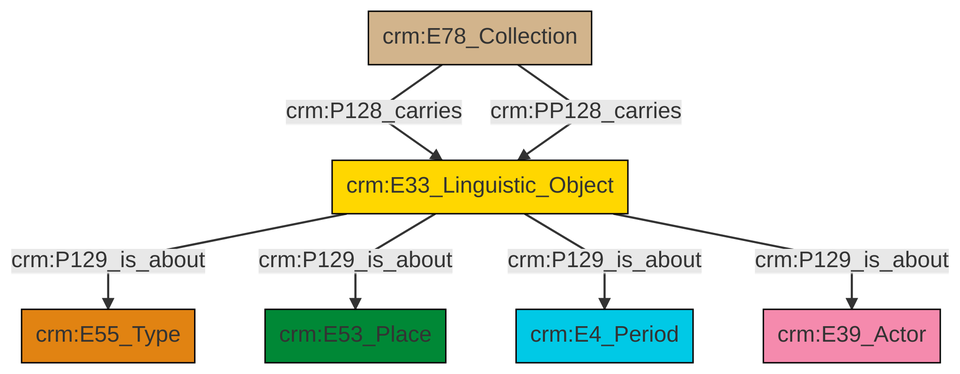
Above: et/archivalCSV/ttl/mmd/png/archival_aboutness.png in swiss-art-research-net/docs.swissartresearch (Mermaid), before the change. Its source is kept beside it as et/archivalCSV/ttl/mmd/archival_aboutness.ttl.mmd.
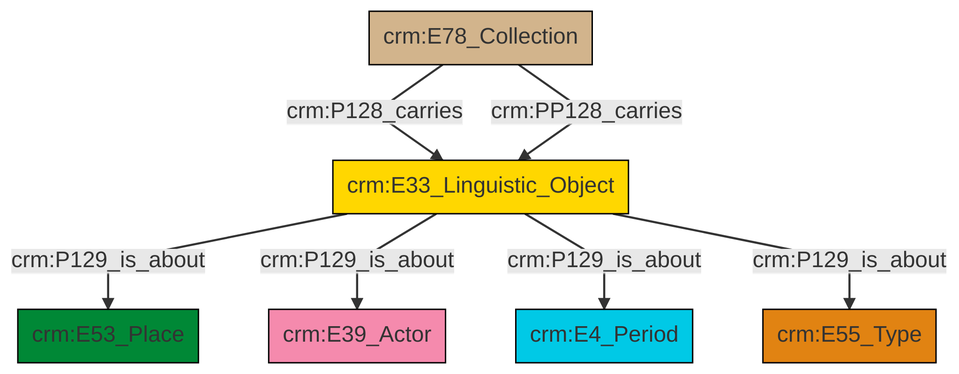
After the commit.

Diff of the diagram source:
```diff
@@ -13,9 +13,9 @@
 classDef PC_Classes fill:#4ce600, stroke:#000000;
 classDef Multi fill:#cccccc,stroke:#000000;
 
-2["crm:E33_Linguistic_Object"]:::Conceptual_Object -->|crm:P129_is_about| 3["crm:E55_Type"]:::Type
-2["crm:E33_Linguistic_Object"]:::Conceptual_Object -->|crm:P129_is_about| 5["crm:E53_Place"]:::Place
-2["crm:E33_Linguistic_Object"]:::Conceptual_Object -->|crm:P129_is_about| 7["crm:E4_Period"]:::Temporal_Entity
-0["crm:E78_Collection"]:::Physical_Thing -->|crm:P128_carries| 2["crm:E33_Linguistic_Object"]:::Conceptual_Object
-2["crm:E33_Linguistic_Object"]:::Conceptual_Object -->|crm:P129_is_about| 8["crm:E39_Actor"]:::Actor
-0["crm:E78_Collection"]:::Physical_Thing -->|crm:PP128_carries| 2["crm:E33_Linguistic_Object"]:::Conceptual_Object
+4["crm:E33_Linguistic_Object"]:::Conceptual_Object -->|crm:P129_is_about| 6["crm:E53_Place"]:::Place
+4["crm:E33_Linguistic_Object"]:::Conceptual_Object -->|crm:P129_is_about| 0["crm:E39_Actor"]:::Actor
+9["crm:E78_Collection"]:::Physical_Thing -->|crm:P128_carries| 4["crm:E33_Linguistic_Object"]:::Conceptual_Object
+4["crm:E33_Linguistic_Object"]:::Conceptual_Object -->|crm:P129_is_about| 2["crm:E4_Period"]:::Temporal_Entity
+4["crm:E33_Linguistic_Object"]:::Conceptual_Object -->|crm:P129_is_about| 7["crm:E55_Type"]:::Type
+9["crm:E78_Collection"]:::Physical_Thing -->|crm:PP128_carries| 4["crm:E33_Linguistic_Object"]:::Conceptual_Object
```
